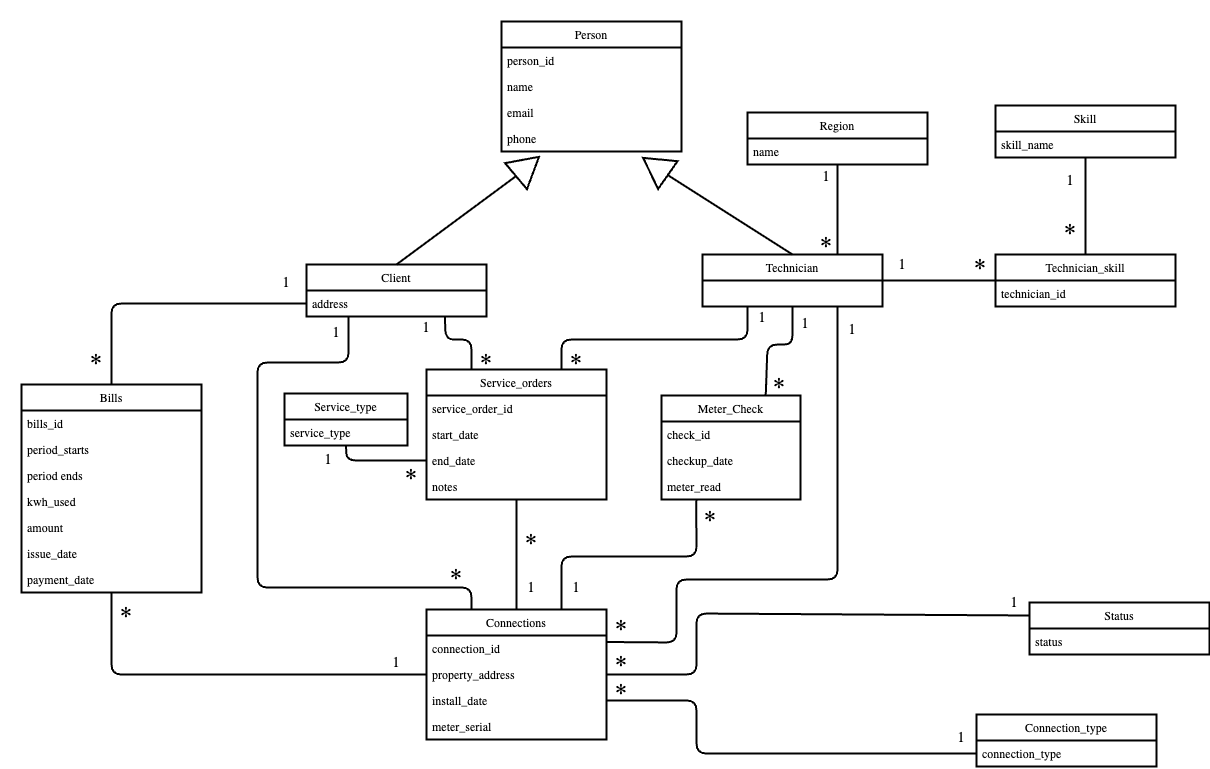
This is uml.png from nnovajulian08/database_proj, a draw.io export, as it was before one commit. Source tidied: cells renumbered, new cells last; positions are measured from the earlier drawing's top-left corner, leaving out a move shared by most shapes.
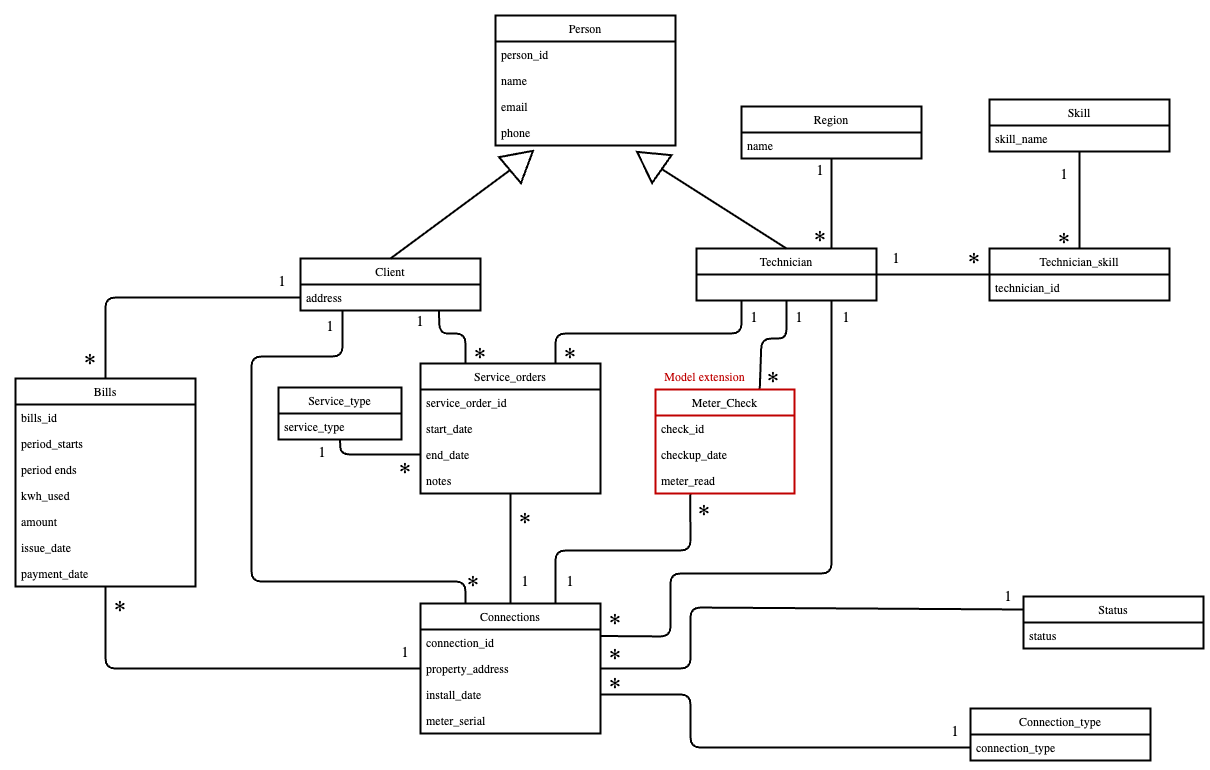
Above is the later version.

Commit message:
uml extension

Change to the diagram source:
```diff
@@ -195,22 +195,22 @@
       <mxGeometry x="495" y="543" width="30" height="45" as="geometry" />
     </mxCell>
     <mxCell id="52" value="&lt;span style=&quot;font-style: normal&quot;&gt;1&lt;/span&gt;" style="text;html=1;strokeColor=none;fillColor=none;align=center;verticalAlign=middle;whiteSpace=wrap;rounded=0;fontSize=15;fontStyle=0;" parent="1" vertex="1">
-      <mxGeometry x="726" y="273" width="30" height="45" as="geometry" />
+      <mxGeometry x="724" y="279" width="30" height="45" as="geometry" />
     </mxCell>
     <mxCell id="53" value="&lt;span style=&quot;font-style: normal&quot;&gt;1&lt;/span&gt;" style="text;html=1;strokeColor=none;fillColor=none;align=center;verticalAlign=middle;whiteSpace=wrap;rounded=0;fontSize=15;fontStyle=0;" parent="1" vertex="1">
       <mxGeometry x="390" y="283" width="30" height="45" as="geometry" />
     </mxCell>
     <mxCell id="54" value="&lt;span style=&quot;font-style: normal&quot;&gt;1&lt;/span&gt;" style="text;html=1;strokeColor=none;fillColor=none;align=center;verticalAlign=middle;whiteSpace=wrap;rounded=0;fontSize=15;fontStyle=0;" parent="1" vertex="1">
-      <mxGeometry x="360" y="618" width="30" height="45" as="geometry" />
+      <mxGeometry x="375" y="614" width="30" height="45" as="geometry" />
     </mxCell>
     <mxCell id="55" value="&lt;span style=&quot;font-style: normal&quot;&gt;1&lt;/span&gt;" style="text;html=1;strokeColor=none;fillColor=none;align=center;verticalAlign=middle;whiteSpace=wrap;rounded=0;fontSize=15;fontStyle=0;" parent="1" vertex="1">
-      <mxGeometry x="250" y="238" width="30" height="45" as="geometry" />
+      <mxGeometry x="252" y="243" width="30" height="45" as="geometry" />
     </mxCell>
     <mxCell id="56" value="&lt;span style=&quot;font-style: normal&quot;&gt;1&lt;/span&gt;" style="text;html=1;strokeColor=none;fillColor=none;align=center;verticalAlign=middle;whiteSpace=wrap;rounded=0;fontSize=15;fontStyle=0;" parent="1" vertex="1">
       <mxGeometry x="925" y="693" width="30" height="45" as="geometry" />
     </mxCell>
     <mxCell id="57" value="&lt;span style=&quot;font-style: normal&quot;&gt;1&lt;/span&gt;" style="text;html=1;strokeColor=none;fillColor=none;align=center;verticalAlign=middle;whiteSpace=wrap;rounded=0;fontSize=15;fontStyle=0;" parent="1" vertex="1">
-      <mxGeometry x="816" y="285" width="30" height="45" as="geometry" />
+      <mxGeometry x="816" y="279" width="30" height="45" as="geometry" />
     </mxCell>
     <mxCell id="58" value="&lt;span style=&quot;font-style: normal&quot;&gt;*&lt;/span&gt;" style="text;html=1;strokeColor=none;fillColor=none;align=center;verticalAlign=middle;whiteSpace=wrap;rounded=0;fontSize=25;fontStyle=0;" parent="1" vertex="1">
       <mxGeometry x="585" y="648" width="30" height="45" as="geometry" />
@@ -219,10 +219,10 @@
       <mxGeometry x="585" y="584.5" width="30" height="45" as="geometry" />
     </mxCell>
     <mxCell id="60" value="&lt;span style=&quot;font-style: normal&quot;&gt;*&lt;/span&gt;" style="text;html=1;strokeColor=none;fillColor=none;align=center;verticalAlign=middle;whiteSpace=wrap;rounded=0;fontSize=25;fontStyle=0;" parent="1" vertex="1">
-      <mxGeometry x="420" y="533" width="30" height="45" as="geometry" />
+      <mxGeometry x="443" y="546" width="30" height="45" as="geometry" />
     </mxCell>
     <mxCell id="61" value="&lt;span style=&quot;font-style: normal&quot;&gt;*&lt;/span&gt;" style="text;html=1;strokeColor=none;fillColor=none;align=center;verticalAlign=middle;whiteSpace=wrap;rounded=0;fontSize=25;fontStyle=0;" parent="1" vertex="1">
-      <mxGeometry x="495" y="498" width="30" height="45" as="geometry" />
+      <mxGeometry x="495" y="483" width="30" height="45" as="geometry" />
     </mxCell>
     <mxCell id="62" value="&lt;span style=&quot;font-style: normal&quot;&gt;*&lt;/span&gt;" style="text;html=1;strokeColor=none;fillColor=none;align=center;verticalAlign=middle;whiteSpace=wrap;rounded=0;fontSize=25;fontStyle=0;" parent="1" vertex="1">
       <mxGeometry x="540" y="318" width="30" height="45" as="geometry" />
@@ -231,7 +231,7 @@
       <mxGeometry x="450" y="318" width="30" height="45" as="geometry" />
     </mxCell>
     <mxCell id="64" value="&lt;span style=&quot;font-style: normal&quot;&gt;*&lt;/span&gt;" style="text;html=1;strokeColor=none;fillColor=none;align=center;verticalAlign=middle;whiteSpace=wrap;rounded=0;fontSize=25;fontStyle=0;" parent="1" vertex="1">
-      <mxGeometry x="60" y="318" width="30" height="45" as="geometry" />
+      <mxGeometry x="60" y="324" width="30" height="45" as="geometry" />
     </mxCell>
     <mxCell id="65" value="&lt;span style=&quot;font-style: normal&quot;&gt;*&lt;/span&gt;" style="text;html=1;strokeColor=none;fillColor=none;align=center;verticalAlign=middle;whiteSpace=wrap;rounded=0;fontSize=25;fontStyle=0;" parent="1" vertex="1">
       <mxGeometry x="90" y="571" width="30" height="45" as="geometry" />
@@ -249,7 +249,7 @@
       <mxGeometry x="866" y="220" width="30" height="45" as="geometry" />
     </mxCell>
     <mxCell id="70" value="&lt;span style=&quot;font-style: normal&quot;&gt;*&lt;/span&gt;" style="text;html=1;strokeColor=none;fillColor=none;align=center;verticalAlign=middle;whiteSpace=wrap;rounded=0;fontSize=25;fontStyle=0;" parent="1" vertex="1">
-      <mxGeometry x="1034" y="188" width="30" height="45" as="geometry" />
+      <mxGeometry x="1034" y="203" width="30" height="45" as="geometry" />
     </mxCell>
     <mxCell id="71" value="&lt;span style=&quot;font-style: normal&quot;&gt;1&lt;/span&gt;" style="text;html=1;strokeColor=none;fillColor=none;align=center;verticalAlign=middle;whiteSpace=wrap;rounded=0;fontSize=15;fontStyle=0;" parent="1" vertex="1">
       <mxGeometry x="978" y="558" width="30" height="45" as="geometry" />
@@ -273,7 +273,7 @@
         </Array>
       </mxGeometry>
     </mxCell>
-    <mxCell id="75" value="Meter_Check" style="swimlane;fontStyle=0;horizontal=1;startSize=26;fillColor=none;" parent="1" vertex="1">
+    <mxCell id="75" value="Meter_Check" style="swimlane;fontStyle=0;horizontal=1;startSize=26;fillColor=none;strokeColor=#C00000;" parent="1" vertex="1">
       <mxGeometry x="640" y="374" width="139" height="104" as="geometry" />
     </mxCell>
     <mxCell id="76" value="check_id" style="text;strokeColor=none;fillColor=none;align=left;verticalAlign=top;spacingLeft=4;spacingRight=4;overflow=hidden;" parent="75" vertex="1">
@@ -331,5 +331,8 @@
     <mxCell id="92" value="&lt;span style=&quot;font-style: normal&quot;&gt;*&lt;/span&gt;" style="text;html=1;strokeColor=none;fillColor=none;align=center;verticalAlign=middle;whiteSpace=wrap;rounded=0;fontSize=25;fontStyle=0;" parent="1" vertex="1">
       <mxGeometry x="790" y="201" width="30" height="45" as="geometry" />
     </mxCell>
+    <mxCell id="93" value="Model extension" style="text;html=1;strokeColor=none;fillColor=none;align=center;verticalAlign=middle;whiteSpace=wrap;rounded=0;fontColor=#C00000;" parent="1" vertex="1">
+      <mxGeometry x="637.5" y="342" width="103" height="40" as="geometry" />
+    </mxCell>
   </root>
 </mxGraphModel>
```
